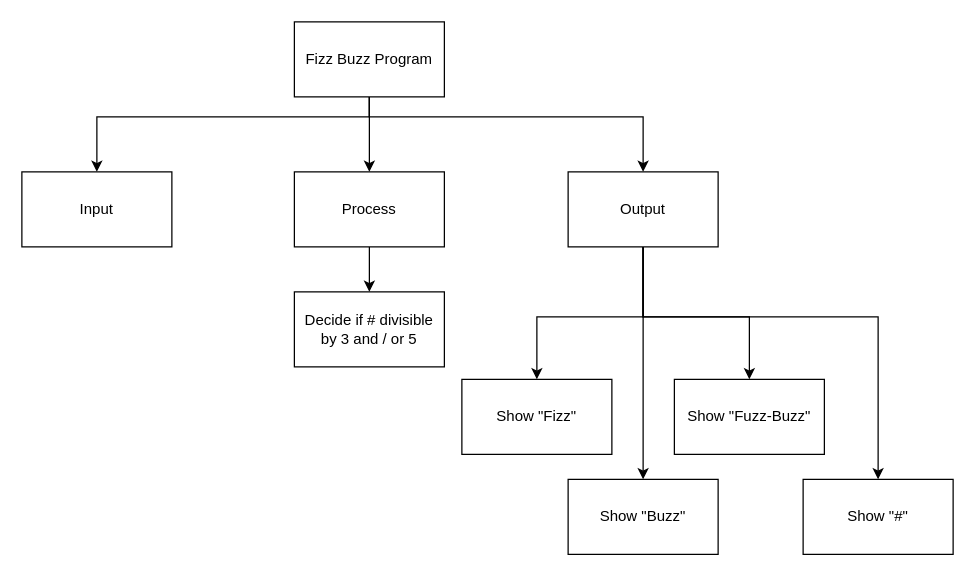
Before: docs/structured-problem-solving/images/top-down-loops-and-if-statements.drawio in Mr-Coxall/Computer-Based-Problem-Solving, a draw.io diagram. Source tidied: cells renumbered, new cells numbered last; positions are measured from the earlier drawing's top-left corner, leaving out a move shared by most shapes. Both pictures are drawn from the tidied source at 125%, with x=0, y=0 at pixel (21, 21).
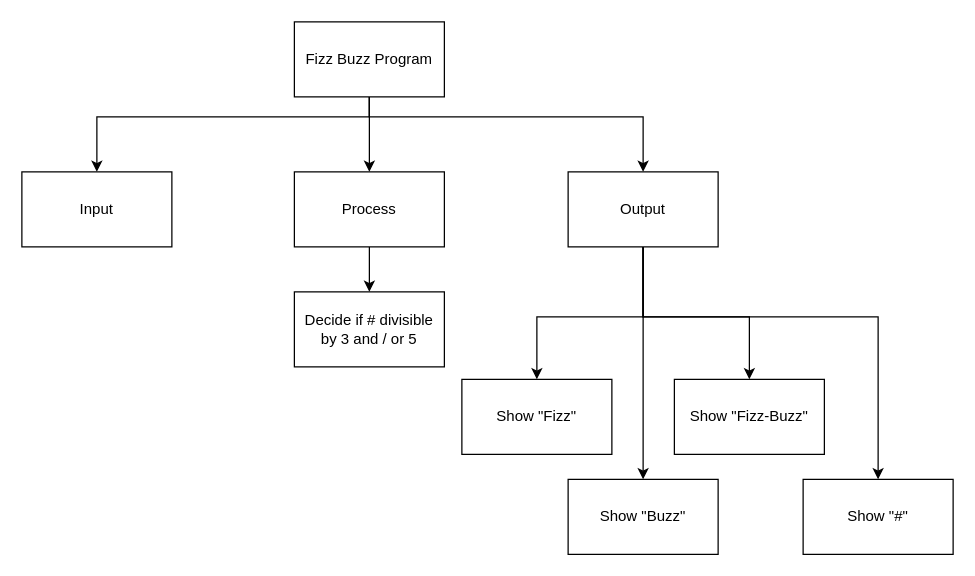
The same page after the edit.

Diff of the diagram source:
```diff
@@
-    <mxCell id="15" value="Show &quot;Fuzz-Buzz&quot;" style="rounded=0;whiteSpace=wrap;html=1;" parent="1" vertex="1">
+    <mxCell id="15" value="Show &quot;Fizz-Buzz&quot;" style="rounded=0;whiteSpace=wrap;html=1;" parent="1" vertex="1">
       <mxGeometry x="522" y="286" width="120" height="60" as="geometry" />
     </mxCell>
```
